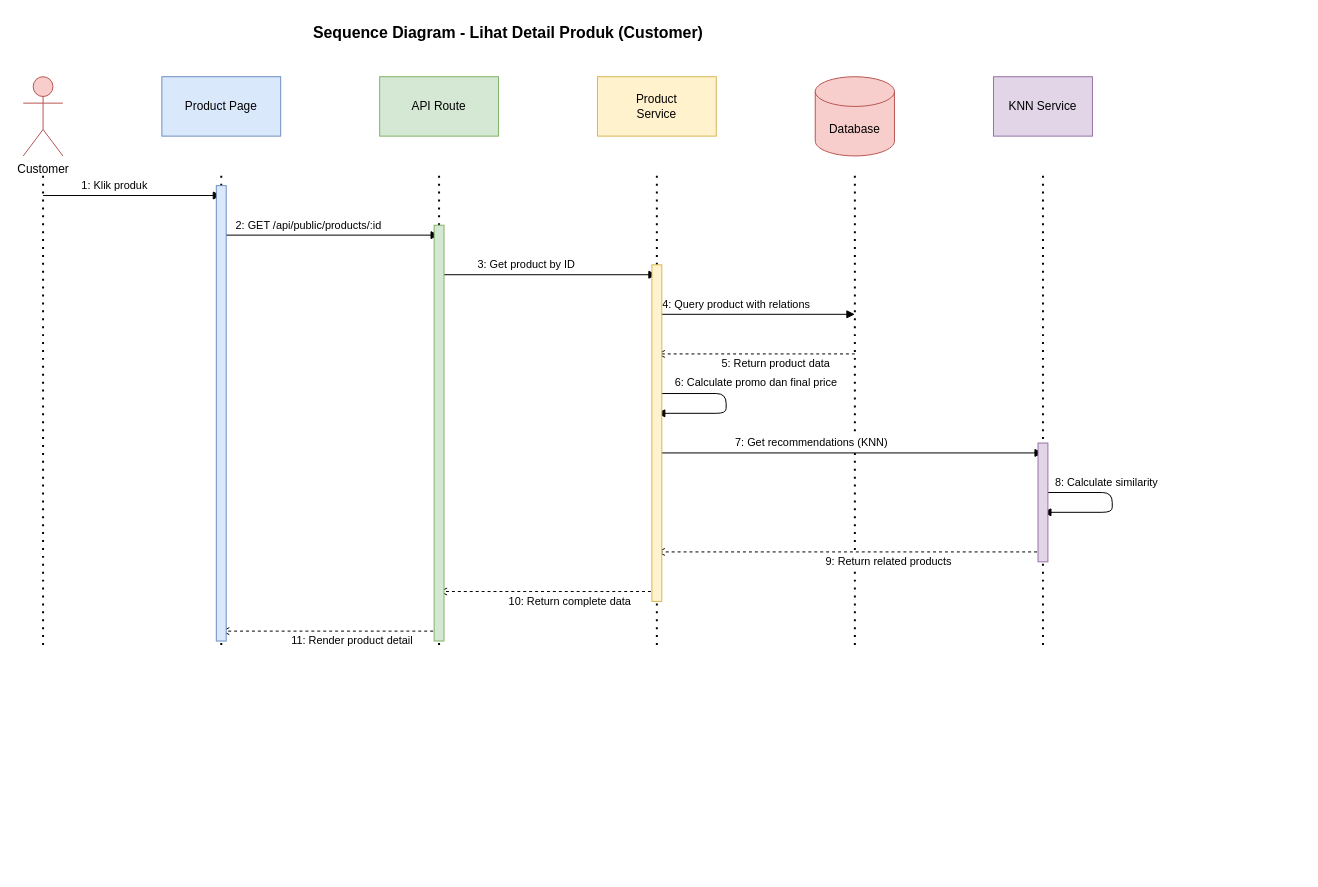
This is fordza-docs/diagrams/sequence-04-view-product.drawio from Aryo1235/fordza-web, a draw.io file, before an edit. Source tidied: cells renumbered, new cells numbered last; positions are measured from the earlier drawing's top-left corner, leaving out a move shared by most shapes. Both pictures are drawn from the tidied source at 99%, with x=0, y=0 at pixel (23, 17).
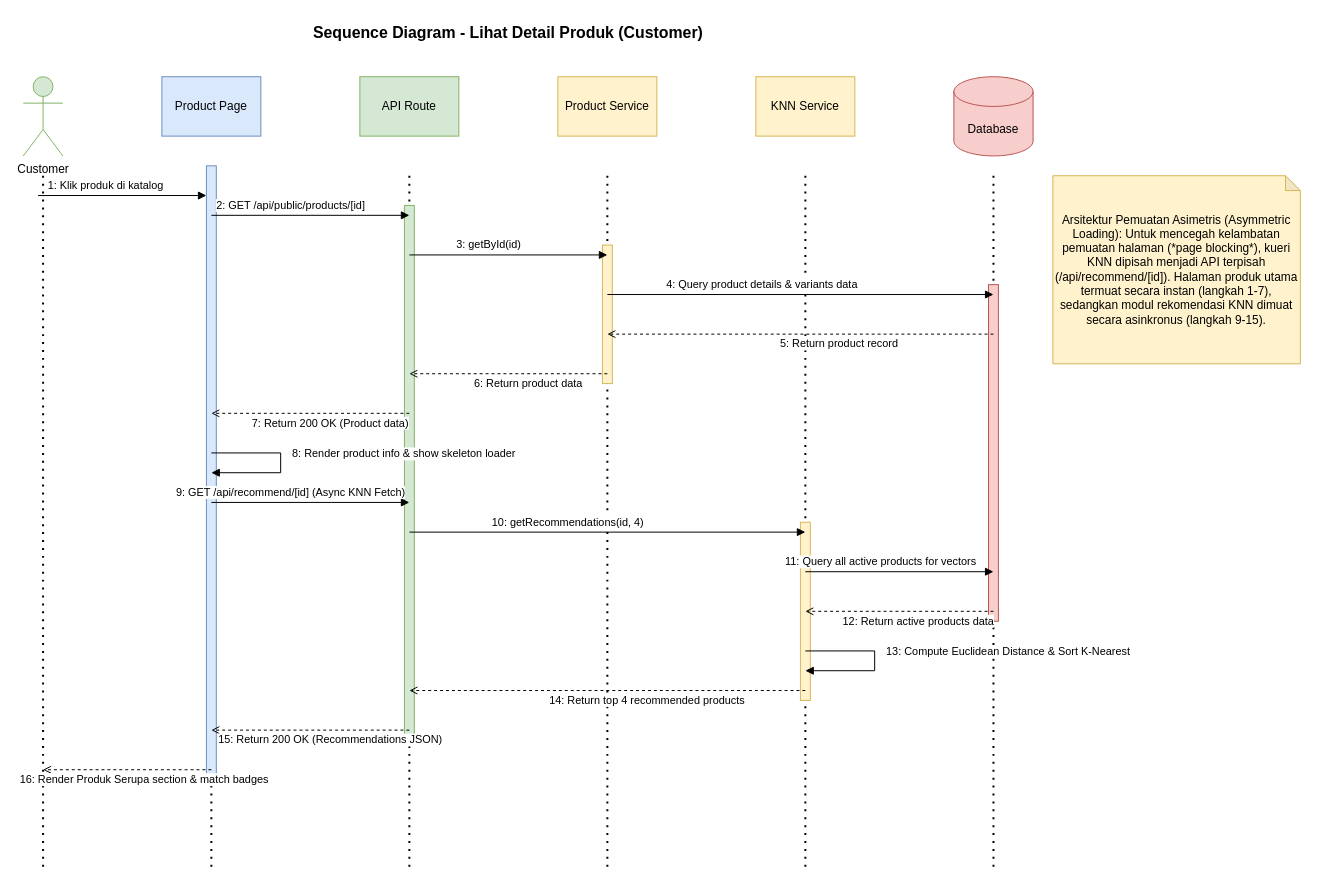
The same diagram, later.

The edit, as a diff of the source:
```diff
@@
-    <mxCell id="3" value="Customer" style="shape=umlActor;verticalLabelPosition=bottom;verticalAlign=top;html=1;fillColor=#f8cecc;strokeColor=#b85450;" parent="1" vertex="1">
+    <mxCell id="3" value="Customer" style="shape=umlActor;verticalLabelPosition=bottom;verticalAlign=top;html=1;fillColor=#d5e8d4;strokeColor=#82b366;" parent="1" vertex="1">
       <mxGeometry y="60" width="40" height="80" as="geometry" />
     </mxCell>
+    <mxCell id="30" style="endArrow=none;dashed=1;html=1;dashPattern=1 3;strokeWidth=2;" parent="1" edge="1">
+      <mxGeometry relative="1" as="geometry">
+        <mxPoint x="20" y="160" as="sourcePoint" />
+        <mxPoint x="20" y="860" as="targetPoint" />
+      </mxGeometry>
+    </mxCell>
     <mxCell id="4" value="Product Page" style="rounded=0;whiteSpace=wrap;html=1;fillColor=#dae8fc;strokeColor=#6c8ebf;" parent="1" vertex="1">
-      <mxGeometry x="140" y="60" width="120" height="60" as="geometry" />
+      <mxGeometry x="140" y="60" width="100" height="60" as="geometry" />
     </mxCell>
+    <mxCell id="31" style="endArrow=none;dashed=1;html=1;dashPattern=1 3;strokeWidth=2;" parent="1" edge="1">
+      <mxGeometry relative="1" as="geometry">
+        <mxPoint x="190" y="160" as="sourcePoint" />
+        <mxPoint x="190" y="860" as="targetPoint" />
+      </mxGeometry>
+    </mxCell>
+    <mxCell id="32" style="rounded=0;whiteSpace=wrap;html=1;fillColor=#dae8fc;strokeColor=#6c8ebf;" parent="1" vertex="1">
+      <mxGeometry x="185" y="150" width="10" height="620" as="geometry" />
+    </mxCell>
     <mxCell id="5" value="API Route" style="rounded=0;whiteSpace=wrap;html=1;fillColor=#d5e8d4;strokeColor=#82b366;" parent="1" vertex="1">
-      <mxGeometry x="360" y="60" width="120" height="60" as="geometry" />
+      <mxGeometry x="340" y="60" width="100" height="60" as="geometry" />
     </mxCell>
+    <mxCell id="33" style="endArrow=none;dashed=1;html=1;dashPattern=1 3;strokeWidth=2;" parent="1" edge="1">
+      <mxGeometry relative="1" as="geometry">
+        <mxPoint x="390" y="160" as="sourcePoint" />
+        <mxPoint x="390" y="860" as="targetPoint" />
+      </mxGeometry>
+    </mxCell>
+    <mxCell id="34" style="rounded=0;whiteSpace=wrap;html=1;fillColor=#d5e8d4;strokeColor=#82b366;" parent="1" vertex="1">
+      <mxGeometry x="385" y="190" width="10" height="540" as="geometry" />
+    </mxCell>
-    <mxCell id="6" value="Product&#10;Service" style="rounded=0;whiteSpace=wrap;html=1;fillColor=#fff2cc;strokeColor=#d6b656;" parent="1" vertex="1">
-      <mxGeometry x="580" y="60" width="120" height="60" as="geometry" />
+    <mxCell id="6" value="Product Service" style="rounded=0;whiteSpace=wrap;html=1;fillColor=#fff2cc;strokeColor=#d6b656;" parent="1" vertex="1">
+      <mxGeometry x="540" y="60" width="100" height="60" as="geometry" />
     </mxCell>
+    <mxCell id="35" style="endArrow=none;dashed=1;html=1;dashPattern=1 3;strokeWidth=2;" parent="1" edge="1">
+      <mxGeometry relative="1" as="geometry">
+        <mxPoint x="590" y="160" as="sourcePoint" />
+        <mxPoint x="590" y="860" as="targetPoint" />
+      </mxGeometry>
+    </mxCell>
+    <mxCell id="36" style="rounded=0;whiteSpace=wrap;html=1;fillColor=#fff2cc;strokeColor=#d6b656;" parent="1" vertex="1">
+      <mxGeometry x="585" y="230" width="10" height="140" as="geometry" />
+    </mxCell>
+    <mxCell id="8" value="KNN Service" style="rounded=0;whiteSpace=wrap;html=1;fillColor=#fff2cc;strokeColor=#d6b656;" parent="1" vertex="1">
+      <mxGeometry x="740" y="60" width="100" height="60" as="geometry" />
+    </mxCell>
+    <mxCell id="37" style="endArrow=none;dashed=1;html=1;dashPattern=1 3;strokeWidth=2;" parent="1" edge="1">
+      <mxGeometry relative="1" as="geometry">
+        <mxPoint x="790" y="160" as="sourcePoint" />
+        <mxPoint x="790" y="860" as="targetPoint" />
+      </mxGeometry>
+    </mxCell>
+    <mxCell id="38" style="rounded=0;whiteSpace=wrap;html=1;fillColor=#fff2cc;strokeColor=#d6b656;" parent="1" vertex="1">
+      <mxGeometry x="785" y="510" width="10" height="180" as="geometry" />
+    </mxCell>
     <mxCell id="7" value="Database" style="shape=cylinder3;whiteSpace=wrap;html=1;boundedLbl=1;backgroundOutline=1;size=15;fillColor=#f8cecc;strokeColor=#b85450;" parent="1" vertex="1">
-      <mxGeometry x="800" y="60" width="80" height="80" as="geometry" />
+      <mxGeometry x="940" y="60" width="80" height="80" as="geometry" />
     </mxCell>
-    <mxCell id="8" value="KNN Service" style="rounded=0;whiteSpace=wrap;html=1;fillColor=#e1d5e7;strokeColor=#9673a6;" parent="1" vertex="1">
-      <mxGeometry x="980" y="60" width="100" height="60" as="geometry" />
-    </mxCell>
-    <mxCell id="9" style="endArrow=none;dashed=1;html=1;dashPattern=1 3;strokeWidth=2;" parent="1" edge="1">
-      <mxGeometry relative="1" as="geometry">
-        <mxPoint x="20" y="160" as="sourcePoint" />
-        <mxPoint x="20" y="640" as="targetPoint" />
-      </mxGeometry>
-    </mxCell>
-    <mxCell id="10" style="endArrow=none;dashed=1;html=1;dashPattern=1 3;strokeWidth=2;" parent="1" edge="1">
-      <mxGeometry relative="1" as="geometry">
-        <mxPoint x="200" y="160" as="sourcePoint" />
-        <mxPoint x="200" y="640" as="targetPoint" />
-      </mxGeometry>
-    </mxCell>
-    <mxCell id="11" style="endArrow=none;dashed=1;html=1;dashPattern=1 3;strokeWidth=2;" parent="1" edge="1">
-      <mxGeometry relative="1" as="geometry">
-        <mxPoint x="420" y="160" as="sourcePoint" />
-        <mxPoint x="420" y="640" as="targetPoint" />
-      </mxGeometry>
-    </mxCell>
-    <mxCell id="12" style="endArrow=none;dashed=1;html=1;dashPattern=1 3;strokeWidth=2;" parent="1" edge="1">
-      <mxGeometry relative="1" as="geometry">
-        <mxPoint x="640" y="160" as="sourcePoint" />
-        <mxPoint x="640" y="640" as="targetPoint" />
-      </mxGeometry>
-    </mxCell>
-    <mxCell id="13" style="endArrow=none;dashed=1;html=1;dashPattern=1 3;strokeWidth=2;" parent="1" edge="1">
-      <mxGeometry relative="1" as="geometry">
-        <mxPoint x="840" y="160" as="sourcePoint" />
-        <mxPoint x="840" y="640" as="targetPoint" />
-      </mxGeometry>
-    </mxCell>
-    <mxCell id="14" style="endArrow=none;dashed=1;html=1;dashPattern=1 3;strokeWidth=2;" parent="1" edge="1">
-      <mxGeometry relative="1" as="geometry">
-        <mxPoint x="1030" y="160" as="sourcePoint" />
-        <mxPoint x="1030" y="640" as="targetPoint" />
-      </mxGeometry>
-    </mxCell>
+    <mxCell id="39" style="endArrow=none;dashed=1;html=1;dashPattern=1 3;strokeWidth=2;" parent="1" edge="1">
+      <mxGeometry relative="1" as="geometry">
+        <mxPoint x="980" y="160" as="sourcePoint" />
+        <mxPoint x="980" y="860" as="targetPoint" />
+      </mxGeometry>
+    </mxCell>
+    <mxCell id="40" style="rounded=0;whiteSpace=wrap;html=1;fillColor=#f8cecc;strokeColor=#b85450;" parent="1" vertex="1">
+      <mxGeometry x="975" y="270" width="10" height="340" as="geometry" />
+    </mxCell>
-    <mxCell id="15" value="1: Klik produk" style="endArrow=block;endFill=1;html=1;" parent="1" edge="1">
+    <mxCell id="15" value="1: Klik produk di katalog" style="endArrow=block;endFill=1;html=1;" parent="1" edge="1">
       <mxGeometry x="-0.2" y="10" relative="1" as="geometry">
-        <mxPoint x="20" y="180" as="sourcePoint" />
-        <mxPoint x="200" y="180" as="targetPoint" />
+        <mxPoint x="15" y="180" as="sourcePoint" />
+        <mxPoint x="185" y="180" as="targetPoint" />
       </mxGeometry>
     </mxCell>
-    <mxCell id="16" value="2: GET /api/public/products/:id" style="endArrow=block;endFill=1;html=1;" parent="1" edge="1">
+    <mxCell id="16" value="2: GET /api/public/products/[id]" style="endArrow=block;endFill=1;html=1;" parent="1" edge="1">
       <mxGeometry x="-0.2" y="10" relative="1" as="geometry">
-        <mxPoint x="200" y="220" as="sourcePoint" />
-        <mxPoint x="420" y="220" as="targetPoint" />
+        <mxPoint x="190" y="200" as="sourcePoint" />
+        <mxPoint x="390" y="200" as="targetPoint" />
       </mxGeometry>
     </mxCell>
-    <mxCell id="17" value="3: Get product by ID" style="endArrow=block;endFill=1;html=1;" parent="1" edge="1">
+    <mxCell id="17" value="3: getById(id)" style="endArrow=block;endFill=1;html=1;" parent="1" edge="1">
       <mxGeometry x="-0.2" y="10" relative="1" as="geometry">
-        <mxPoint x="420" y="260" as="sourcePoint" />
-        <mxPoint x="640" y="260" as="targetPoint" />
+        <mxPoint x="390" y="240" as="sourcePoint" />
+        <mxPoint x="590" y="240" as="targetPoint" />
       </mxGeometry>
     </mxCell>
-    <mxCell id="18" value="4: Query product with relations" style="endArrow=block;endFill=1;html=1;" parent="1" edge="1">
+    <mxCell id="18" value="4: Query product details &amp; variants data" style="endArrow=block;endFill=1;html=1;" parent="1" edge="1">
       <mxGeometry x="-0.2" y="10" relative="1" as="geometry">
-        <mxPoint x="640" y="300" as="sourcePoint" />
-        <mxPoint x="840" y="300" as="targetPoint" />
+        <mxPoint x="590" y="280" as="sourcePoint" />
+        <mxPoint x="980" y="280" as="targetPoint" />
       </mxGeometry>
     </mxCell>
-    <mxCell id="19" value="5: Return product data" style="endArrow=open;endFill=0;html=1;dashed=1;" parent="1" edge="1">
+    <mxCell id="19" value="5: Return product record" style="endArrow=open;endFill=0;html=1;dashed=1;" parent="1" edge="1">
       <mxGeometry x="-0.2" y="10" relative="1" as="geometry">
-        <mxPoint x="840" y="340" as="sourcePoint" />
-        <mxPoint x="640" y="340" as="targetPoint" />
+        <mxPoint x="980" y="320" as="sourcePoint" />
+        <mxPoint x="590" y="320" as="targetPoint" />
       </mxGeometry>
     </mxCell>
-    <mxCell id="20" value="6: Calculate promo dan final price" style="endArrow=block;endFill=1;html=1;" parent="1" edge="1">
-      <mxGeometry x="-0.12" y="32" relative="1" as="geometry">
-        <mxPoint x="640" y="380" as="sourcePoint" />
-        <mxPoint x="640" y="400" as="targetPoint" />
-        <Array as="points">
-          <mxPoint x="710" y="380" />
-          <mxPoint x="710" y="400" />
-        </Array>
-        <mxPoint x="-2" y="-11" as="offset" />
+    <mxCell id="20" value="6: Return product data" style="endArrow=open;endFill=0;html=1;dashed=1;" parent="1" edge="1">
+      <mxGeometry x="-0.2" y="10" relative="1" as="geometry">
+        <mxPoint x="590" y="360" as="sourcePoint" />
+        <mxPoint x="390" y="360" as="targetPoint" />
       </mxGeometry>
     </mxCell>
-    <mxCell id="21" value="7: Get recommendations (KNN)" style="endArrow=block;endFill=1;html=1;" parent="1" edge="1">
+    <mxCell id="21" value="7: Return 200 OK (Product data)" style="endArrow=open;endFill=0;html=1;dashed=1;" parent="1" edge="1">
       <mxGeometry x="-0.2" y="10" relative="1" as="geometry">
-        <mxPoint x="640" y="440" as="sourcePoint" />
-        <mxPoint x="1030" y="440" as="targetPoint" />
+        <mxPoint x="390" y="400" as="sourcePoint" />
+        <mxPoint x="190" y="400" as="targetPoint" />
       </mxGeometry>
     </mxCell>
-    <mxCell id="22" value="8: Calculate similarity" style="endArrow=block;endFill=1;html=1;" parent="1" edge="1">
-      <mxGeometry x="-0.2" y="10" relative="1" as="geometry">
-        <mxPoint x="1030" y="480" as="sourcePoint" />
-        <mxPoint x="1030" y="500" as="targetPoint" />
+    <mxCell id="22" value="8: Render product info &amp; show skeleton loader" style="edgeStyle=orthogonalEdgeStyle;html=1;align=left;verticalAlign=bottom;endArrow=block;rounded=0;" parent="1" edge="1">
+      <mxGeometry y="10" relative="1" as="geometry">
+        <mxPoint x="190" y="440" as="sourcePoint" />
+        <mxPoint x="190" y="460" as="targetPoint" />
         <Array as="points">
-          <mxPoint x="1100" y="480" />
-          <mxPoint x="1100" y="500" />
+          <mxPoint x="260" y="440" />
+          <mxPoint x="260" y="460" />
         </Array>
       </mxGeometry>
     </mxCell>
-    <mxCell id="23" value="9: Return related products" style="endArrow=open;endFill=0;html=1;dashed=1;" parent="1" edge="1">
+    <mxCell id="23" value="9: GET /api/recommend/[id] (Async KNN Fetch)" style="endArrow=block;endFill=1;html=1;" parent="1" edge="1">
       <mxGeometry x="-0.2" y="10" relative="1" as="geometry">
-        <mxPoint x="1030" y="540" as="sourcePoint" />
-        <mxPoint x="640" y="540" as="targetPoint" />
+        <mxPoint x="190" y="490" as="sourcePoint" />
+        <mxPoint x="390" y="490" as="targetPoint" />
       </mxGeometry>
     </mxCell>
-    <mxCell id="24" value="10: Return complete data" style="endArrow=open;endFill=0;html=1;dashed=1;" parent="1" edge="1">
+    <mxCell id="24" value="10: getRecommendations(id, 4)" style="endArrow=block;endFill=1;html=1;" parent="1" edge="1">
       <mxGeometry x="-0.2" y="10" relative="1" as="geometry">
-        <mxPoint x="640" y="580" as="sourcePoint" />
-        <mxPoint x="420" y="580" as="targetPoint" />
+        <mxPoint x="390" y="520" as="sourcePoint" />
+        <mxPoint x="790" y="520" as="targetPoint" />
       </mxGeometry>
     </mxCell>
-    <mxCell id="25" value="11: Render product detail" style="endArrow=open;endFill=0;html=1;dashed=1;" parent="1" edge="1">
+    <mxCell id="25" value="11: Query all active products for vectors" style="endArrow=block;endFill=1;html=1;" parent="1" edge="1">
       <mxGeometry x="-0.2" y="10" relative="1" as="geometry">
-        <mxPoint x="420" y="620" as="sourcePoint" />
-        <mxPoint x="200" y="620" as="targetPoint" />
+        <mxPoint x="790" y="560" as="sourcePoint" />
+        <mxPoint x="980" y="560" as="targetPoint" />
       </mxGeometry>
     </mxCell>
-    <mxCell id="26" style="rounded=0;whiteSpace=wrap;html=1;fillColor=#dae8fc;strokeColor=#6c8ebf;" parent="1" vertex="1">
-      <mxGeometry x="195" y="170" width="10" height="460" as="geometry" />
-    </mxCell>
-    <mxCell id="27" style="rounded=0;whiteSpace=wrap;html=1;fillColor=#d5e8d4;strokeColor=#82b366;" parent="1" vertex="1">
-      <mxGeometry x="415" y="210" width="10" height="420" as="geometry" />
-    </mxCell>
-    <mxCell id="28" style="rounded=0;whiteSpace=wrap;html=1;fillColor=#fff2cc;strokeColor=#d6b656;" parent="1" vertex="1">
-      <mxGeometry x="635" y="250" width="10" height="340" as="geometry" />
-    </mxCell>
-    <mxCell id="29" style="rounded=0;whiteSpace=wrap;html=1;fillColor=#e1d5e7;strokeColor=#9673a6;" parent="1" vertex="1">
-      <mxGeometry x="1025" y="430" width="10" height="120" as="geometry" />
-    </mxCell>
+    <mxCell id="41" value="12: Return active products data" style="endArrow=open;endFill=0;html=1;dashed=1;" parent="1" edge="1">
+      <mxGeometry x="-0.2" y="10" relative="1" as="geometry">
+        <mxPoint x="980" y="600" as="sourcePoint" />
+        <mxPoint x="790" y="600" as="targetPoint" />
+      </mxGeometry>
+    </mxCell>
+    <mxCell id="42" value="13: Compute Euclidean Distance &amp; Sort K-Nearest" style="edgeStyle=orthogonalEdgeStyle;html=1;align=left;verticalAlign=bottom;endArrow=block;rounded=0;" parent="1" edge="1">
+      <mxGeometry y="10" relative="1" as="geometry">
+        <mxPoint x="790" y="640" as="sourcePoint" />
+        <mxPoint x="790" y="660" as="targetPoint" />
+        <Array as="points">
+          <mxPoint x="860" y="640" />
+          <mxPoint x="860" y="660" />
+        </Array>
+      </mxGeometry>
+    </mxCell>
+    <mxCell id="43" value="14: Return top 4 recommended products" style="endArrow=open;endFill=0;html=1;dashed=1;" parent="1" edge="1">
+      <mxGeometry x="-0.2" y="10" relative="1" as="geometry">
+        <mxPoint x="790" y="680" as="sourcePoint" />
+        <mxPoint x="390" y="680" as="targetPoint" />
+      </mxGeometry>
+    </mxCell>
+    <mxCell id="44" value="15: Return 200 OK (Recommendations JSON)" style="endArrow=open;endFill=0;html=1;dashed=1;" parent="1" edge="1">
+      <mxGeometry x="-0.2" y="10" relative="1" as="geometry">
+        <mxPoint x="390" y="720" as="sourcePoint" />
+        <mxPoint x="190" y="720" as="targetPoint" />
+      </mxGeometry>
+    </mxCell>
+    <mxCell id="45" value="16: Render Produk Serupa section &amp; match badges" style="endArrow=open;endFill=0;html=1;dashed=1;" parent="1" edge="1">
+      <mxGeometry x="-0.2" y="10" relative="1" as="geometry">
+        <mxPoint x="190" y="760" as="sourcePoint" />
+        <mxPoint x="20" y="760" as="targetPoint" />
+      </mxGeometry>
+    </mxCell>
+    <mxCell id="46" value="Arsitektur Pemuatan Asimetris (Asymmetric Loading):&amp;#xa;Untuk mencegah kelambatan pemuatan halaman (*page blocking*), kueri KNN dipisah menjadi API terpisah (/api/recommend/[id]). Halaman produk utama termuat secara instan (langkah 1-7), sedangkan modul rekomendasi KNN dimuat secara asinkronus (langkah 9-15)." style="shape=note;whiteSpace=wrap;html=1;backgroundOutline=1;darkOpacity=0.05;fillColor=#fff2cc;strokeColor=#d6b656;size=15;" parent="1" vertex="1">
+      <mxGeometry x="1040" y="160" width="250" height="190" as="geometry" />
+    </mxCell>
```
